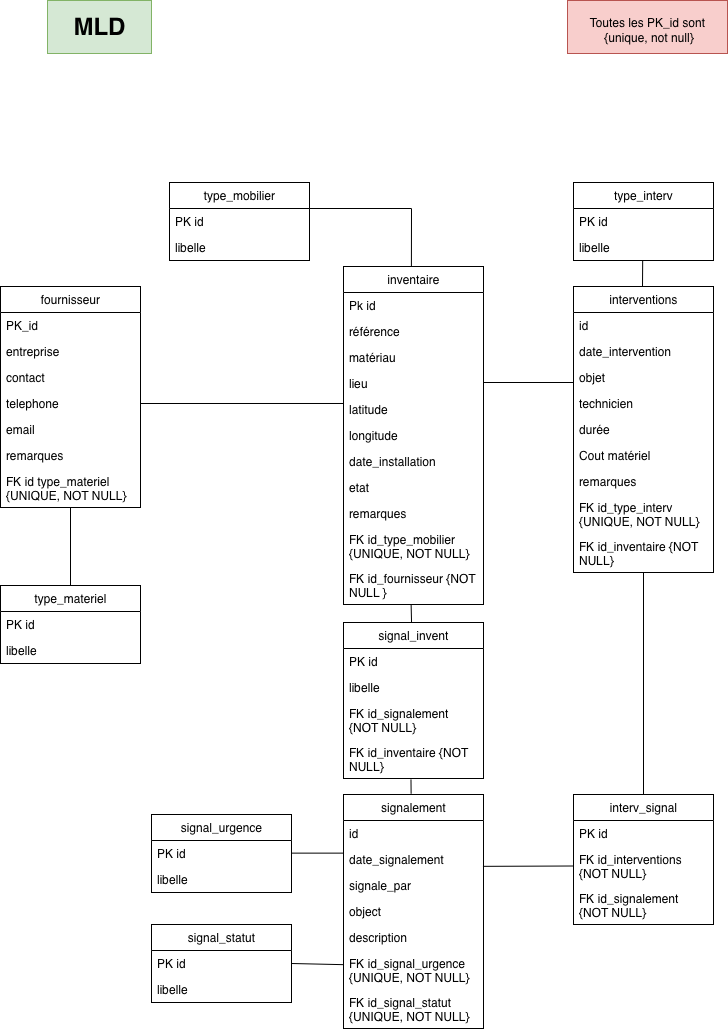
Earlier version of the draw.io export serv-tech/MLD_Servtech.drawio.png (lemosgabriel911-blip/projet-fil-rouge). Source tidied: cells renumbered, new cells last; positions are measured from the earlier drawing's top-left corner, leaving out a move shared by most shapes.
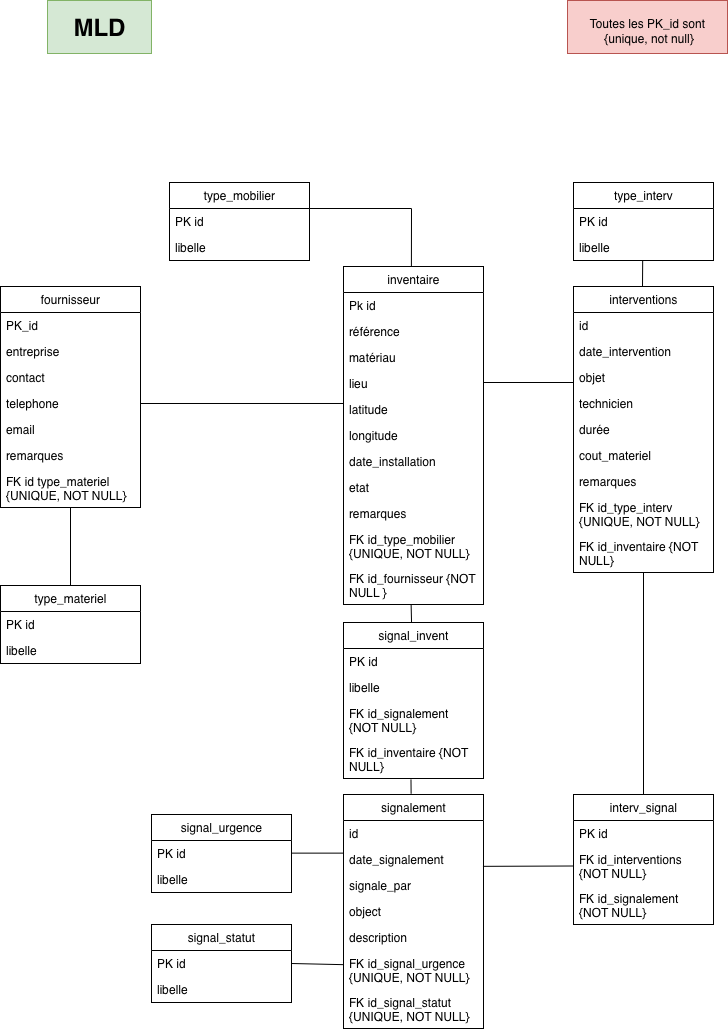
The same diagram one commit later.

Diff of the diagram source:
```diff
@@ -50,7 +50,7 @@
     <mxCell id="16" value="durée" style="text;strokeColor=none;fillColor=none;align=left;verticalAlign=top;spacingLeft=4;spacingRight=4;overflow=hidden;whiteSpace=wrap;html=1;" parent="10" vertex="1">
       <mxGeometry y="130" width="140" height="26" as="geometry" />
     </mxCell>
-    <mxCell id="17" value="Cout matériel" style="text;strokeColor=none;fillColor=none;align=left;verticalAlign=top;spacingLeft=4;spacingRight=4;overflow=hidden;whiteSpace=wrap;html=1;" parent="10" vertex="1">
+    <mxCell id="17" value="cout_materiel" style="text;strokeColor=none;fillColor=none;align=left;verticalAlign=top;spacingLeft=4;spacingRight=4;overflow=hidden;whiteSpace=wrap;html=1;" parent="10" vertex="1">
       <mxGeometry y="156" width="140" height="26" as="geometry" />
     </mxCell>
     <mxCell id="18" value="remarques" style="text;strokeColor=none;fillColor=none;align=left;verticalAlign=top;spacingLeft=4;spacingRight=4;overflow=hidden;whiteSpace=wrap;html=1;" parent="10" vertex="1">
```
